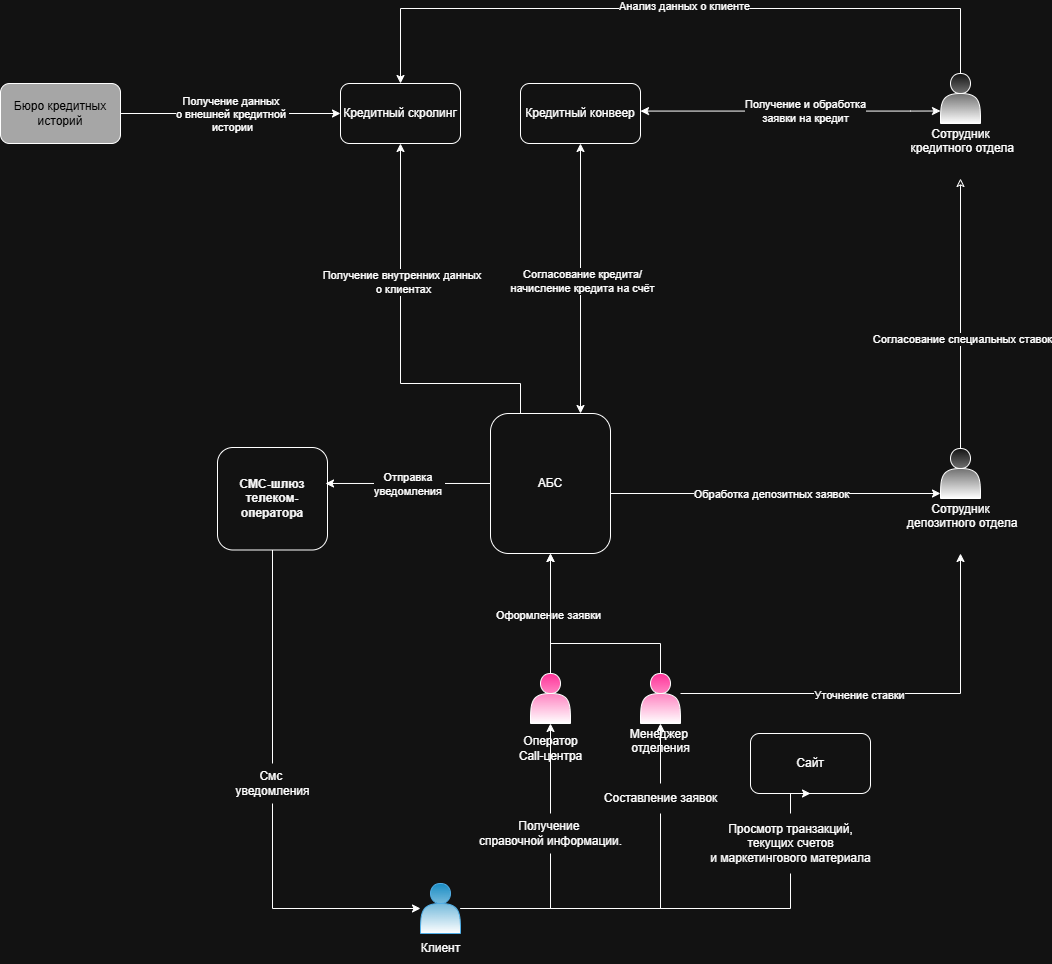
Above: Task1/Схема интеграции приложений.png in bugurshik/architecture-pro-standart (draw.io), before the change. Source tidied: cells renumbered, new cells last; positions are measured from the earlier drawing's top-left corner, leaving out a move shared by most shapes.
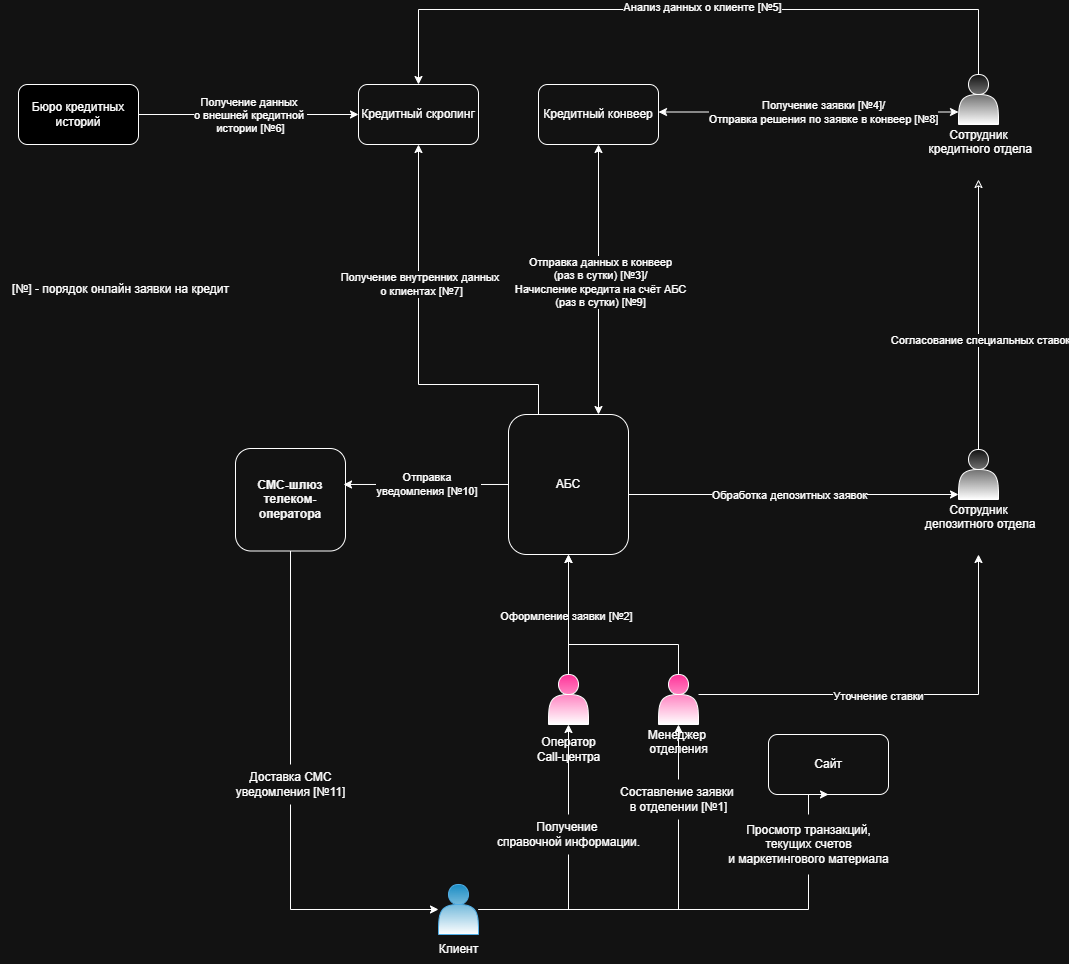
The same file after the commit.

The edit, as a diff of the source:
```diff
@@ -63,7 +63,7 @@
     <mxCell id="19" style="edgeStyle=orthogonalEdgeStyle;rounded=0;jettySize=auto;html=1;entryX=0.5;entryY=1;entryDx=0;entryDy=0;startArrow=classic;startFill=1;exitX=0.75;exitY=0;exitDx=0;exitDy=0;" parent="1" edge="1" source="21" target="34">
       <mxGeometry relative="1" as="geometry" />
     </mxCell>
-    <mxCell id="20" value="Согласование кредита/&lt;div&gt;начисление кредита на счёт&lt;/div&gt;" style="edgeLabel;html=1;align=center;verticalAlign=middle;" parent="19" vertex="1">
+    <mxCell id="20" value="Отправка данных в конвеер&lt;br&gt;(раз в сутки) [№3]/&lt;div&gt;Начисление кредита на счёт АБС&lt;/div&gt;&lt;div&gt;(раз в сутки) [№9]&lt;/div&gt;" style="edgeLabel;html=1;align=center;verticalAlign=middle;" parent="19" vertex="1">
       <mxGeometry x="-0.01" y="-1" relative="1" as="geometry" />
     </mxCell>
     <mxCell id="21" value="АБС" style="whiteSpace=wrap;html=1;rounded=1;glass=0;shadow=0;" parent="1" vertex="1">
@@ -106,8 +106,8 @@
     <mxCell id="32" style="edgeStyle=orthogonalEdgeStyle;rounded=0;jettySize=auto;html=1;endArrow=none;startFill=0;" parent="1" edge="1" source="24" target="33">
       <mxGeometry relative="1" as="geometry" />
     </mxCell>
-    <mxCell id="33" value="Смс&amp;nbsp;&lt;div&gt;уведомления&lt;/div&gt;" style="text;html=1;align=center;verticalAlign=middle;points=[];strokeColor=none;fillColor=none;" parent="1" vertex="1">
-      <mxGeometry x="222" y="755" width="100" height="40" as="geometry" />
+    <mxCell id="33" value="Доставка СМС&lt;div&gt;уведомления [№11]&lt;/div&gt;" style="text;html=1;align=center;verticalAlign=middle;points=[];strokeColor=none;fillColor=none;" parent="1" vertex="1">
+      <mxGeometry x="207" y="755" width="130" height="40" as="geometry" />
     </mxCell>
     <mxCell id="34" value="Кредитный конвеер" style="whiteSpace=wrap;html=1;rounded=1;glass=0;shadow=0;" parent="1" vertex="1">
       <mxGeometry x="520" y="75" width="120" height="60" as="geometry" />
@@ -118,24 +118,24 @@
     <mxCell id="36" value="&lt;span style=&quot;color: rgba(0, 0, 0, 0); font-family: monospace; font-size: 0px; text-align: start; background-color: rgb(27, 29, 30);&quot;&gt;%3CmxGraphModel%3E%3Croot%3E%3CmxCell%20id%3D%220%22%2F%3E%3CmxCell%20id%3D%221%22%20parent%3D%220%22%2F%3E%3CmxCell%20id%3D%222%22%20value%3D%22%D0%9F%D0%BE%D0%BB%D1%83%D1%87%D0%B5%D0%BD%D0%B8%D0%B5%20%D0%B4%D0%B0%D0%BD%D0%BD%D1%8B%D1%85%26lt%3Bdiv%26gt%3B%D0%BE%20%D0%B2%D0%BD%D0%B5%D1%88%D0%BD%D0%B8%D1%85%20%D0%BA%D1%80%D0%B5%D0%B4%D0%B8%D1%82%D0%B0%D1%85%26lt%3Bdiv%26gt%3B%26lt%3Bbr%26gt%3B%26lt%3B%2Fdiv%26gt%3B%26lt%3B%2Fdiv%26gt%3B%22%20style%3D%22edgeLabel%3Bhtml%3D1%3Balign%3Dcenter%3BverticalAlign%3Dmiddle%3Bresizable%3D0%3Bpoints%3D%5B%5D%3B%22%20vertex%3D%221%22%20connectable%3D%220%22%20parent%3D%221%22%3E%3CmxGeometry%20x%3D%22-38%22%20y%3D%2220%22%20as%3D%22geometry%22%2F%3E%3C%2FmxCell%3E%3C%2Froot%3E%3C%2FmxGraphModel%3E&lt;/span&gt;" style="edgeLabel;html=1;align=center;verticalAlign=middle;" parent="35" vertex="1">
       <mxGeometry x="-0.11" y="2" relative="1" as="geometry" />
     </mxCell>
-    <mxCell id="37" value="Получение данных&amp;nbsp;&lt;div&gt;о внешней кредитной&amp;nbsp;&lt;/div&gt;&lt;div&gt;истории&lt;/div&gt;" style="edgeLabel;html=1;align=center;verticalAlign=middle;" parent="35" vertex="1">
+    <mxCell id="37" value="Получение данных&amp;nbsp;&lt;div&gt;о внешней кредитной&amp;nbsp;&lt;/div&gt;&lt;div&gt;истории [№6]&lt;/div&gt;" style="edgeLabel;html=1;align=center;verticalAlign=middle;" parent="35" vertex="1">
       <mxGeometry x="-0.07" y="-4" relative="1" as="geometry">
         <mxPoint x="8" y="-4" as="offset" />
       </mxGeometry>
     </mxCell>
-    <mxCell id="38" value="&lt;font style=&quot;color: light-dark(rgb(0, 0, 0), rgb(0, 0, 0));&quot;&gt;Бюро кредитных историй&lt;/font&gt;" style="whiteSpace=wrap;html=1;rounded=1;glass=0;shadow=0;fillColor=light-dark(#FFFFFF,#A6A6A6);" parent="1" vertex="1">
+    <mxCell id="38" value="&lt;font style=&quot;color: light-dark(rgb(0, 0, 0), rgb(255, 255, 255));&quot;&gt;Бюро кредитных историй&lt;/font&gt;" style="whiteSpace=wrap;html=1;rounded=1;glass=0;shadow=0;fillColor=light-dark(#FFFFFF,#000000);" parent="1" vertex="1">
       <mxGeometry y="75" width="120" height="60" as="geometry" />
     </mxCell>
     <mxCell id="39" style="edgeStyle=orthogonalEdgeStyle;rounded=0;jettySize=auto;html=1;" parent="1" edge="1" source="12" target="21">
       <mxGeometry relative="1" as="geometry" />
     </mxCell>
-    <mxCell id="40" value="Оформление заявки" style="edgeLabel;html=1;align=center;verticalAlign=middle;" parent="39" vertex="1">
+    <mxCell id="40" value="Оформление заявки [№2]" style="edgeLabel;html=1;align=center;verticalAlign=middle;" parent="39" vertex="1">
       <mxGeometry x="-0.02" y="3" relative="1" as="geometry" />
     </mxCell>
     <mxCell id="41" style="edgeStyle=orthogonalEdgeStyle;rounded=0;jettySize=auto;html=1;entryX=0.982;entryY=0.351;entryDx=0;entryDy=0;entryPerimeter=0;" parent="1" edge="1" source="21" target="24">
       <mxGeometry relative="1" as="geometry" />
     </mxCell>
-    <mxCell id="42" value="&lt;div&gt;Отправка&amp;nbsp;&lt;/div&gt;&lt;div&gt;уведомления&amp;nbsp;&lt;/div&gt;" style="edgeLabel;html=1;align=center;verticalAlign=middle;" parent="41" vertex="1">
+    <mxCell id="42" value="&lt;div&gt;Отправка&amp;nbsp;&lt;/div&gt;&lt;div&gt;уведомления [№10]&amp;nbsp;&lt;/div&gt;" style="edgeLabel;html=1;align=center;verticalAlign=middle;" parent="41" vertex="1">
       <mxGeometry x="-0.02" relative="1" as="geometry" />
     </mxCell>
     <mxCell id="43" style="edgeStyle=orthogonalEdgeStyle;rounded=0;jettySize=auto;html=1;entryX=0.5;entryY=0;entryDx=0;entryDy=0;endArrow=none;startFill=1;startArrow=classic;" parent="1" edge="1" source="45" target="6">
@@ -146,7 +146,7 @@
         </Array>
       </mxGeometry>
     </mxCell>
-    <mxCell id="44" value="Анализ данных о клиенте" style="edgeLabel;html=1;align=center;verticalAlign=middle;" parent="43" vertex="1">
+    <mxCell id="44" value="Анализ данных о клиенте [№5]" style="edgeLabel;html=1;align=center;verticalAlign=middle;" parent="43" vertex="1">
       <mxGeometry x="0.02" y="3" relative="1" as="geometry" />
     </mxCell>
     <mxCell id="45" value="Кредитный скролинг" style="whiteSpace=wrap;html=1;rounded=1;glass=0;shadow=0;" parent="1" vertex="1">
@@ -174,7 +174,7 @@
         </Array>
       </mxGeometry>
     </mxCell>
-    <mxCell id="50" value="Получение внутренних данных&amp;nbsp;&lt;div&gt;о клиентах&lt;/div&gt;" style="edgeLabel;html=1;align=center;verticalAlign=middle;" parent="49" vertex="1">
+    <mxCell id="50" value="Получение внутренних данных&amp;nbsp;&lt;div&gt;о клиентах [№7]&lt;/div&gt;" style="edgeLabel;html=1;align=center;verticalAlign=middle;" parent="49" vertex="1">
       <mxGeometry x="-0.29" y="2" relative="1" as="geometry" />
     </mxCell>
     <mxCell id="51" style="edgeStyle=orthogonalEdgeStyle;rounded=0;jettySize=auto;html=1;startArrow=classic;startFill=1;exitX=0;exitY=0.75;exitDx=0;exitDy=0;" parent="1" edge="1" source="6" target="34">
@@ -185,7 +185,7 @@
         </Array>
       </mxGeometry>
     </mxCell>
-    <mxCell id="52" value="Получение и обработка&lt;div&gt;заявки на кредит&lt;/div&gt;" style="edgeLabel;html=1;align=center;verticalAlign=middle;" parent="51" vertex="1">
+    <mxCell id="52" value="Получение заявки [№4]/&lt;div&gt;Отправка решения по заявке в конвеер [№8]&lt;/div&gt;" style="edgeLabel;html=1;align=center;verticalAlign=middle;" parent="51" vertex="1">
       <mxGeometry x="-0.09" y="-1" relative="1" as="geometry">
         <mxPoint x="1" y="1" as="offset" />
       </mxGeometry>
@@ -203,8 +203,11 @@
     <mxCell id="55" style="edgeStyle=orthogonalEdgeStyle;rounded=0;jettySize=auto;html=1;endArrow=none;startFill=0;" parent="1" edge="1" source="3" target="56">
       <mxGeometry relative="1" as="geometry" />
     </mxCell>
-    <mxCell id="56" value="Составление заявок" style="text;html=1;align=center;verticalAlign=middle;points=[];strokeColor=none;fillColor=none;" parent="1" vertex="1">
-      <mxGeometry x="590" y="775" width="140" height="30" as="geometry" />
+    <mxCell id="56" value="Составление заявки&amp;nbsp;&lt;div&gt;в отделении [№1]&lt;/div&gt;" style="text;html=1;align=center;verticalAlign=middle;points=[];strokeColor=none;fillColor=none;" parent="1" vertex="1">
+      <mxGeometry x="590" y="770" width="140" height="40" as="geometry" />
     </mxCell>
+    <mxCell id="57" value="&lt;font style=&quot;color: light-dark(rgb(0, 0, 0), rgb(255, 255, 255));&quot;&gt;[№] - порядок онлайн заявки на кредит&lt;/font&gt;" style="text;html=1;align=center;verticalAlign=middle;strokeColor=none;fillColor=none;" parent="1" vertex="1">
+      <mxGeometry x="-18" y="265" width="240" height="30" as="geometry" />
+    </mxCell>
   </root>
 </mxGraphModel>
```
